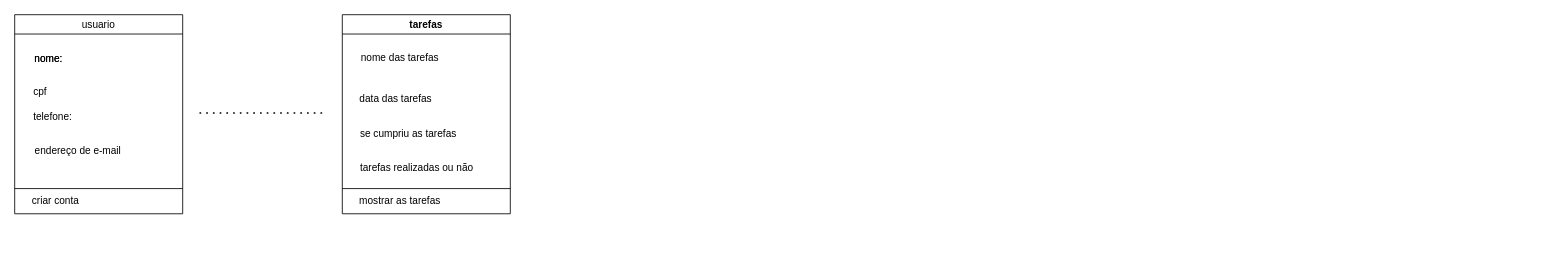
Before: page "Página-6" (6 of 6) of Diagramaaula.drawio in juju378/diagramasderequisitos, a draw.io diagram. Source tidied: cells renumbered, new cells numbered last; positions are measured from the earlier drawing's top-left corner, leaving out a move shared by most shapes. Both pictures are drawn from the tidied source at 84%, with x=0, y=0 at pixel (14, 14).
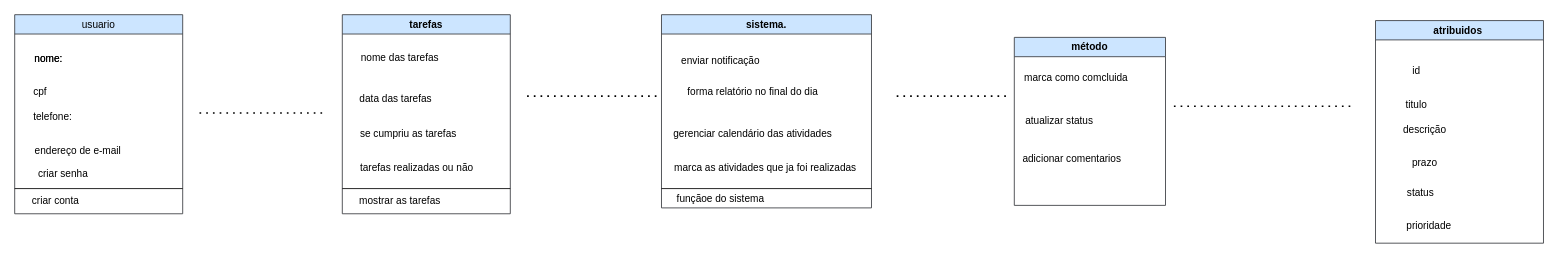
After the change.

Change to the diagram source:
```diff
@@
-    <mxCell id="2" value="usuario" style="swimlane;whiteSpace=wrap;html=1;fontStyle=0;" parent="1" vertex="1">
+    <mxCell id="2" value="usuario" style="swimlane;whiteSpace=wrap;html=1;fontStyle=0;fillColor=#cce5ff;strokeColor=#36393d;" parent="1" vertex="1">
       <mxGeometry width="200" height="237" as="geometry" />
     </mxCell>
@@
+    <mxCell id="18" value="criar senha&amp;nbsp;" style="text;html=1;align=center;verticalAlign=middle;strokeColor=none;fillColor=none;" parent="2" vertex="1">
+      <mxGeometry x="14" y="175" width="90" height="30" as="geometry" />
+    </mxCell>
@@
-    <mxCell id="10" value="tarefas" style="swimlane;whiteSpace=wrap;html=1;" parent="1" vertex="1">
+    <mxCell id="10" value="tarefas" style="swimlane;whiteSpace=wrap;html=1;fillColor=#cce5ff;strokeColor=#36393d;" parent="1" vertex="1">
       <mxGeometry x="390" width="200" height="237" as="geometry" />
     </mxCell>
@@
+    <mxCell id="19" style="endArrow=none;dashed=1;html=1;dashPattern=1 3;strokeWidth=2;rounded=0;" parent="1" edge="1">
+      <mxGeometry relative="1" as="geometry">
+        <mxPoint x="610" y="97" as="sourcePoint" />
+        <mxPoint x="770" y="97" as="targetPoint" />
+      </mxGeometry>
+    </mxCell>
+    <mxCell id="20" value="sistema." style="swimlane;whiteSpace=wrap;html=1;fillColor=#cce5ff;strokeColor=#36393d;" parent="1" vertex="1">
+      <mxGeometry x="770" width="250" height="230" as="geometry" />
+    </mxCell>
+    <mxCell id="21" value="enviar notificação" style="text;html=1;align=center;verticalAlign=middle;strokeColor=none;fillColor=none;" parent="20" vertex="1">
+      <mxGeometry x="10" y="40" width="120" height="30" as="geometry" />
+    </mxCell>
+    <mxCell id="22" value="forma relatório no final do dia&amp;nbsp;" style="text;html=1;align=center;verticalAlign=middle;strokeColor=none;fillColor=none;" parent="20" vertex="1">
+      <mxGeometry x="15" y="77" width="190" height="30" as="geometry" />
+    </mxCell>
+    <mxCell id="23" value="gerenciar calendário das atividades&amp;nbsp;" style="text;html=1;align=center;verticalAlign=middle;strokeColor=none;fillColor=none;" parent="20" vertex="1">
+      <mxGeometry y="127" width="220" height="30" as="geometry" />
+    </mxCell>
+    <mxCell id="24" value="marca as atividades que ja foi realizadas&amp;nbsp;" style="text;html=1;align=center;verticalAlign=middle;strokeColor=none;fillColor=none;" parent="20" vertex="1">
+      <mxGeometry y="167" width="250" height="30" as="geometry" />
+    </mxCell>
+    <mxCell id="25" style="endArrow=none;html=1;rounded=0;" parent="1" edge="1">
+      <mxGeometry relative="1" as="geometry">
+        <mxPoint x="770" y="207" as="sourcePoint" />
+        <mxPoint x="1020" y="207" as="targetPoint" />
+      </mxGeometry>
+    </mxCell>
+    <mxCell id="26" value="funçãoe do sistema" style="text;html=1;align=center;verticalAlign=middle;strokeColor=none;fillColor=none;" parent="1" vertex="1">
+      <mxGeometry x="775" y="205" width="130" height="30" as="geometry" />
+    </mxCell>
+    <mxCell id="27" value="método" style="swimlane;whiteSpace=wrap;html=1;fillColor=#cce5ff;strokeColor=#36393d;" parent="1" vertex="1">
+      <mxGeometry x="1190" y="27" width="180" height="200" as="geometry" />
+    </mxCell>
+    <mxCell id="28" value="adicionar comentarios&amp;nbsp;" style="text;html=1;align=center;verticalAlign=middle;strokeColor=none;fillColor=none;" parent="27" vertex="1">
+      <mxGeometry x="-5" y="130" width="150" height="30" as="geometry" />
+    </mxCell>
+    <mxCell id="29" value="marca como comcluida&amp;nbsp;" style="text;html=1;align=center;verticalAlign=middle;strokeColor=none;fillColor=none;" parent="27" vertex="1">
+      <mxGeometry y="33" width="150" height="30" as="geometry" />
+    </mxCell>
+    <mxCell id="30" value="atualizar status&amp;nbsp;" style="text;html=1;align=center;verticalAlign=middle;strokeColor=none;fillColor=none;" parent="27" vertex="1">
+      <mxGeometry y="85" width="110" height="30" as="geometry" />
+    </mxCell>
+    <mxCell id="31" value="atribuidos&amp;nbsp;" style="swimlane;whiteSpace=wrap;html=1;fillColor=#cce5ff;strokeColor=#36393d;" parent="1" vertex="1">
+      <mxGeometry x="1620" y="7" width="200" height="265" as="geometry" />
+    </mxCell>
+    <mxCell id="32" value="id&amp;nbsp;" style="text;html=1;align=center;verticalAlign=middle;strokeColor=none;fillColor=none;" parent="31" vertex="1">
+      <mxGeometry x="30" y="45" width="40" height="30" as="geometry" />
+    </mxCell>
+    <mxCell id="33" value="titulo&amp;nbsp;" style="text;html=1;align=center;verticalAlign=middle;strokeColor=none;fillColor=none;" parent="31" vertex="1">
+      <mxGeometry x="25" y="85" width="50" height="30" as="geometry" />
+    </mxCell>
+    <mxCell id="34" value="descrição&amp;nbsp;" style="text;html=1;align=center;verticalAlign=middle;strokeColor=none;fillColor=none;" parent="31" vertex="1">
+      <mxGeometry x="20" y="115" width="80" height="30" as="geometry" />
+    </mxCell>
+    <mxCell id="35" value="prazo&amp;nbsp;" style="text;html=1;align=center;verticalAlign=middle;strokeColor=none;fillColor=none;" parent="31" vertex="1">
+      <mxGeometry x="30" y="155" width="60" height="30" as="geometry" />
+    </mxCell>
+    <mxCell id="36" value="status&amp;nbsp;" style="text;html=1;align=center;verticalAlign=middle;strokeColor=none;fillColor=none;" parent="31" vertex="1">
+      <mxGeometry x="25" y="190" width="60" height="30" as="geometry" />
+    </mxCell>
+    <mxCell id="37" value="prioridade&amp;nbsp;" style="text;html=1;align=center;verticalAlign=middle;strokeColor=none;fillColor=none;" parent="31" vertex="1">
+      <mxGeometry x="25" y="230" width="80" height="30" as="geometry" />
+    </mxCell>
+    <mxCell id="38" style="endArrow=none;dashed=1;html=1;dashPattern=1 3;strokeWidth=2;rounded=0;" parent="1" edge="1">
+      <mxGeometry relative="1" as="geometry">
+        <mxPoint x="1050" y="97" as="sourcePoint" />
+        <mxPoint x="1180" y="97" as="targetPoint" />
+      </mxGeometry>
+    </mxCell>
+    <mxCell id="39" style="endArrow=none;dashed=1;html=1;dashPattern=1 3;strokeWidth=2;rounded=0;" parent="1" edge="1">
+      <mxGeometry relative="1" as="geometry">
+        <mxPoint x="1380" y="109" as="sourcePoint" />
+        <mxPoint x="1590" y="109" as="targetPoint" />
+      </mxGeometry>
+    </mxCell>
```
